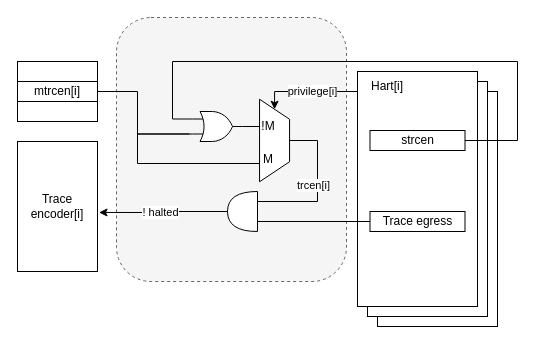
riscv-non-isa/riscv-external-debug-security keeps this draw.io diagram as page "Page-3" (2 of 2) of images/external_debug_protection.drawio. Above is the earlier version. Source tidied: cells renumbered, new cells numbered last; positions are measured from the earlier drawing's top-left corner, leaving out a move shared by most shapes. Both pictures are drawn from the tidied source at 100%, with x=0, y=0 at pixel (17, 17).
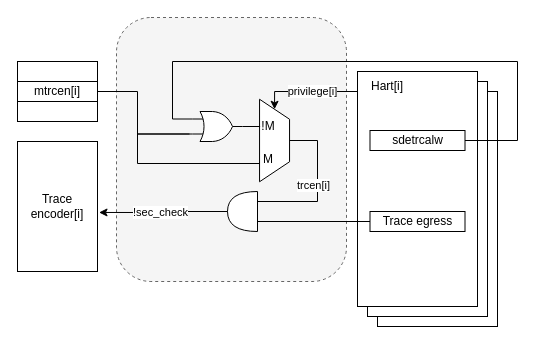
Above is the later version.

Unchanged cells that the change refers to:
```xml
<mxCell id="28" style="edgeStyle=orthogonalEdgeStyle;rounded=0;jettySize=auto;html=1;exitX=1;exitY=0.5;exitDx=0;exitDy=0;exitPerimeter=0;entryX=1.019;entryY=0.546;entryDx=0;entryDy=0;entryPerimeter=0;" parent="1" edge="1" source="13" target="5">
  <mxGeometry relative="1" as="geometry" />
</mxCell>
```

The edit, as a diff of the source:
```diff
@@
-    <mxCell id="9" value="strcen" style="rounded=0;whiteSpace=wrap;html=1;" parent="1" vertex="1">
+    <mxCell id="9" value="sdetrcalw" style="rounded=0;whiteSpace=wrap;html=1;" parent="1" vertex="1">
       <mxGeometry x="352.5" y="113" width="95" height="20" as="geometry" />
     </mxCell>
@@
-    <mxCell id="29" value="! halted" style="edgeLabel;html=1;align=center;verticalAlign=middle;" parent="28" vertex="1">
+    <mxCell id="29" value="!sec_check" style="edgeLabel;html=1;align=center;verticalAlign=middle;" parent="28" vertex="1">
       <mxGeometry x="0.07" relative="1" as="geometry" />
     </mxCell>
```
